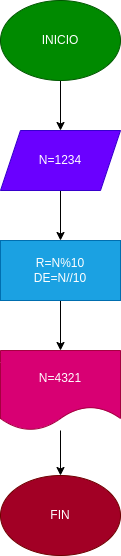
Above: diagrama.png in pasecolra/invertir_numero_4digitos (draw.io), before the change. Source tidied: cells renumbered, new cells last; positions are measured from the earlier drawing's top-left corner, leaving out a move shared by most shapes. Its diagram source:
```xml
<mxGraphModel>
  <root>
    <mxCell id="0" />
    <mxCell id="1" parent="0" />
    <mxCell id="2" style="edgeStyle=none;html=1;" parent="1" edge="1" source="3" target="5">
      <mxGeometry relative="1" as="geometry" />
    </mxCell>
    <mxCell id="3" value="INICIO" style="ellipse;whiteSpace=wrap;html=1;fillColor=#008a00;fontColor=#ffffff;strokeColor=#005700;" parent="1" vertex="1">
      <mxGeometry width="120" height="80" as="geometry" />
    </mxCell>
    <mxCell id="4" style="edgeStyle=none;html=1;" parent="1" edge="1" source="5" target="7">
      <mxGeometry relative="1" as="geometry" />
    </mxCell>
    <mxCell id="5" value="N=1234" style="shape=parallelogram;perimeter=parallelogramPerimeter;whiteSpace=wrap;html=1;fixedSize=1;fillColor=#6a00ff;fontColor=#ffffff;strokeColor=#3700CC;" parent="1" vertex="1">
      <mxGeometry y="130" width="120" height="60" as="geometry" />
    </mxCell>
    <mxCell id="6" style="edgeStyle=none;html=1;" parent="1" edge="1" source="7" target="9">
      <mxGeometry relative="1" as="geometry" />
    </mxCell>
    <mxCell id="7" value="R=N%10&lt;br&gt;DE=N//10" style="rounded=0;whiteSpace=wrap;html=1;fillColor=#1ba1e2;fontColor=#ffffff;strokeColor=#006EAF;" parent="1" vertex="1">
      <mxGeometry y="240" width="120" height="60" as="geometry" />
    </mxCell>
    <mxCell id="8" style="edgeStyle=none;html=1;" parent="1" edge="1" source="9" target="10">
      <mxGeometry relative="1" as="geometry" />
    </mxCell>
    <mxCell id="9" value="N=4321" style="shape=document;whiteSpace=wrap;html=1;boundedLbl=1;fillColor=#d80073;fontColor=#ffffff;strokeColor=#A50040;" parent="1" vertex="1">
      <mxGeometry y="350" width="120" height="80" as="geometry" />
    </mxCell>
    <mxCell id="10" value="FIN" style="ellipse;whiteSpace=wrap;html=1;fillColor=#a20025;fontColor=#ffffff;strokeColor=#6F0000;" parent="1" vertex="1">
      <mxGeometry y="475" width="120" height="80" as="geometry" />
    </mxCell>
  </root>
</mxGraphModel>
```
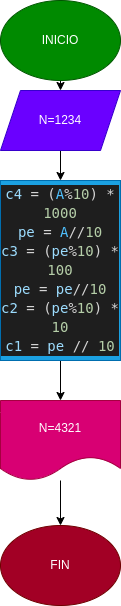
After the commit.

Commit message:
se agrega diagrama de flujo y se agrega prigrama.py

Change to the diagram source:
```diff
@@ -6,19 +6,25 @@
       <mxGeometry relative="1" as="geometry" />
     </mxCell>
     <mxCell id="3" value="INICIO" style="ellipse;whiteSpace=wrap;html=1;fillColor=#008a00;fontColor=#ffffff;strokeColor=#005700;" parent="1" vertex="1">
-      <mxGeometry width="120" height="80" as="geometry" />
+      <mxGeometry y="-50" width="120" height="80" as="geometry" />
     </mxCell>
     <mxCell id="4" style="edgeStyle=none;html=1;" parent="1" edge="1" source="5" target="7">
       <mxGeometry relative="1" as="geometry" />
     </mxCell>
     <mxCell id="5" value="N=1234" style="shape=parallelogram;perimeter=parallelogramPerimeter;whiteSpace=wrap;html=1;fixedSize=1;fillColor=#6a00ff;fontColor=#ffffff;strokeColor=#3700CC;" parent="1" vertex="1">
-      <mxGeometry y="130" width="120" height="60" as="geometry" />
+      <mxGeometry y="40" width="120" height="60" as="geometry" />
     </mxCell>
     <mxCell id="6" style="edgeStyle=none;html=1;" parent="1" edge="1" source="7" target="9">
       <mxGeometry relative="1" as="geometry" />
     </mxCell>
+    <mxCell id="11" style="edgeStyle=none;html=1;" parent="1" edge="1">
+      <mxGeometry relative="1" as="geometry">
+        <mxPoint x="60" y="310" as="sourcePoint" />
+        <mxPoint x="60" y="310" as="targetPoint" />
+      </mxGeometry>
+    </mxCell>
-    <mxCell id="7" value="R=N%10&lt;br&gt;DE=N//10" style="rounded=0;whiteSpace=wrap;html=1;fillColor=#1ba1e2;fontColor=#ffffff;strokeColor=#006EAF;" parent="1" vertex="1">
-      <mxGeometry y="240" width="120" height="60" as="geometry" />
+    <mxCell id="7" value="&lt;div style=&quot;color: rgb(212, 212, 212); background-color: rgb(30, 30, 30); font-family: &amp;quot;Droid Sans Mono&amp;quot;, &amp;quot;monospace&amp;quot;, monospace; font-size: 14px; line-height: 19px;&quot;&gt;&lt;div&gt;&lt;span style=&quot;color: #9cdcfe;&quot;&gt;c4&lt;/span&gt; = (&lt;span style=&quot;color: #4fc1ff;&quot;&gt;A&lt;/span&gt;%&lt;span style=&quot;color: #b5cea8;&quot;&gt;10&lt;/span&gt;) * &lt;span style=&quot;color: #b5cea8;&quot;&gt;1000&lt;/span&gt;&lt;/div&gt;&lt;div&gt;&lt;span style=&quot;color: #9cdcfe;&quot;&gt;pe&lt;/span&gt; = &lt;span style=&quot;color: #4fc1ff;&quot;&gt;A&lt;/span&gt;//&lt;span style=&quot;color: #b5cea8;&quot;&gt;10&lt;/span&gt;&lt;/div&gt;&lt;div&gt;&lt;span style=&quot;color: #9cdcfe;&quot;&gt;c3&lt;/span&gt; = (&lt;span style=&quot;color: #9cdcfe;&quot;&gt;pe&lt;/span&gt;%&lt;span style=&quot;color: #b5cea8;&quot;&gt;10&lt;/span&gt;) * &lt;span style=&quot;color: #b5cea8;&quot;&gt;100&lt;/span&gt;&lt;/div&gt;&lt;div&gt;&lt;span style=&quot;color: #9cdcfe;&quot;&gt;pe&lt;/span&gt; = &lt;span style=&quot;color: #9cdcfe;&quot;&gt;pe&lt;/span&gt;//&lt;span style=&quot;color: #b5cea8;&quot;&gt;10&lt;/span&gt;&lt;/div&gt;&lt;div&gt;&lt;span style=&quot;color: #9cdcfe;&quot;&gt;c2&lt;/span&gt; = (&lt;span style=&quot;color: #9cdcfe;&quot;&gt;pe&lt;/span&gt;%&lt;span style=&quot;color: #b5cea8;&quot;&gt;10&lt;/span&gt;) * &lt;span style=&quot;color: #b5cea8;&quot;&gt;10&lt;/span&gt;&lt;/div&gt;&lt;div&gt;&lt;span style=&quot;color: #9cdcfe;&quot;&gt;c1&lt;/span&gt; = &lt;span style=&quot;color: #9cdcfe;&quot;&gt;pe&lt;/span&gt; // &lt;span style=&quot;color: #b5cea8;&quot;&gt;10&lt;/span&gt;&lt;/div&gt;&lt;/div&gt;" style="rounded=0;whiteSpace=wrap;html=1;fillColor=#1ba1e2;fontColor=#ffffff;strokeColor=#006EAF;" parent="1" vertex="1">
+      <mxGeometry y="130" width="120" height="180" as="geometry" />
     </mxCell>
     <mxCell id="8" style="edgeStyle=none;html=1;" parent="1" edge="1" source="9" target="10">
       <mxGeometry relative="1" as="geometry" />
```
